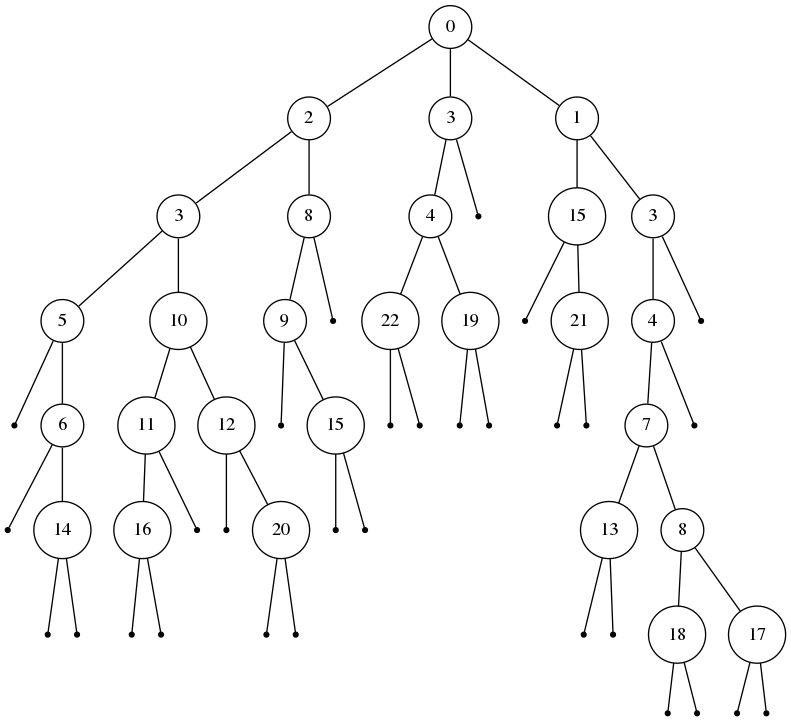
This is tree/test10.png from Shaolans/Projet_AAGA, a Graphviz export, as it was before one commit. Its source is kept beside it as tree/test10.dot.
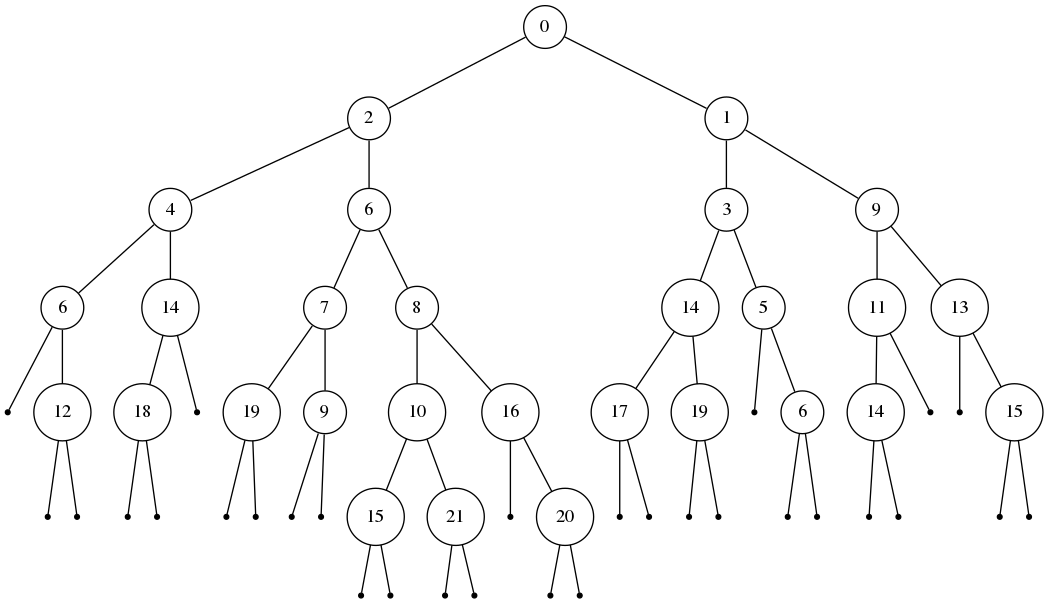
Later version of the same file.

Change to the diagram source:
```diff
@@ -1,118 +1,120 @@
 digraph {
   edge [arrowhead = none, arrowtail=none];
-treeimplementationSchroderTreeImpl54bedef2 [label="0", shape=circle, width=0.1];
-treeimplementationSchroderTreeImpl54bedef2 -> treeimplementationSchroderTreeImpl5caf905d;
-treeimplementationSchroderTreeImpl54bedef2 -> treeimplementationSchroderTreeImpl27716f4;
-treeimplementationSchroderTreeImpl54bedef2 -> treeimplementationSchroderTreeImpl8efb846;
-treeimplementationSchroderTreeImpl5caf905d [label="3", shape=circle, width=0.1];
-treeimplementationSchroderTreeImpl5caf905d -> treeimplementationSchroderTreeImpl2a84aee7;
-treeimplementationSchroderTreeImpl5caf905d -> treeimplementationSchroderTreeImpla09ee92;
-treeimplementationSchroderTreeImpl2a84aee7 [label="5", shape=circle, width=0.1];
-treeimplementationSchroderTreeImpl2a84aee7 -> treeimplementationSchroderTreeImpl30f39991;
-treeimplementationSchroderTreeImpl2a84aee7 -> treeimplementationSchroderTreeImpl452b3a41;
-treeimplementationSchroderTreeImpl30f39991 [label="7", shape=circle, width=0.1];
+treeimplementationSchroderTreeImpla09ee92 [label="0", shape=circle, width=0.1];
+treeimplementationSchroderTreeImpla09ee92 -> treeimplementationSchroderTreeImpl30f39991;
+treeimplementationSchroderTreeImpla09ee92 -> treeimplementationSchroderTreeImpl452b3a41;
+treeimplementationSchroderTreeImpl30f39991 [label="2", shape=circle, width=0.1];
 treeimplementationSchroderTreeImpl30f39991 -> treeimplementationSchroderTreeImpl4a574795;
 treeimplementationSchroderTreeImpl30f39991 -> treeimplementationSchroderTreeImplf6f4d33;
-treeimplementationSchroderTreeImpl4a574795 [label="9", shape=circle, width=0.1];
+treeimplementationSchroderTreeImpl4a574795 [label="4", shape=circle, width=0.1];
 treeimplementationSchroderTreeImpl4a574795 -> treeimplementationSchroderTreeImpl23fc625e;
 treeimplementationSchroderTreeImpl4a574795 -> treeimplementationSchroderTreeImpl3f99bd52;
-treeimplementationSchroderTreeImpl23fc625e [label="11", shape=circle, width=0.1];
+treeimplementationSchroderTreeImpl23fc625e [label="6", shape=circle, width=0.1];
 treeimplementationSchroderTreeImpl23fc625e -> treeimplementationSchroderTreeImpl4f023edb;
 treeimplementationSchroderTreeImpl23fc625e -> treeimplementationSchroderTreeImpl3a71f4dd;
 treeimplementationSchroderTreeImpl4f023edb [label="", shape=point];
-treeimplementationSchroderTreeImpl3a71f4dd [label="15", shape=circle, width=0.1];
+treeimplementationSchroderTreeImpl3a71f4dd [label="12", shape=circle, width=0.1];
 treeimplementationSchroderTreeImpl3a71f4dd -> treeimplementationSchroderTreeImpl7adf9f5f;
 treeimplementationSchroderTreeImpl3a71f4dd -> treeimplementationSchroderTreeImpl85ede7b;
-treeimplementationSchroderTreeImpl7adf9f5f [label="16", shape=circle, width=0.1];
-treeimplementationSchroderTreeImpl7adf9f5f -> treeimplementationSchroderTreeImpl5674cd4d;
-treeimplementationSchroderTreeImpl7adf9f5f -> treeimplementationSchroderTreeImpl63961c42;
-treeimplementationSchroderTreeImpl5674cd4d [label="", shape=point];
+treeimplementationSchroderTreeImpl7adf9f5f [label="", shape=point];
+treeimplementationSchroderTreeImpl85ede7b [label="", shape=point];
+treeimplementationSchroderTreeImpl3f99bd52 [label="14", shape=circle, width=0.1];
+treeimplementationSchroderTreeImpl3f99bd52 -> treeimplementationSchroderTreeImpl5674cd4d;
+treeimplementationSchroderTreeImpl3f99bd52 -> treeimplementationSchroderTreeImpl63961c42;
+treeimplementationSchroderTreeImpl5674cd4d [label="18", shape=circle, width=0.1];
+treeimplementationSchroderTreeImpl5674cd4d -> treeimplementationSchroderTreeImpl65b54208;
+treeimplementationSchroderTreeImpl5674cd4d -> treeimplementationSchroderTreeImpl1be6f5c3;
+treeimplementationSchroderTreeImpl65b54208 [label="", shape=point];
+treeimplementationSchroderTreeImpl1be6f5c3 [label="", shape=point];
 treeimplementationSchroderTreeImpl63961c42 [label="", shape=point];
-treeimplementationSchroderTreeImpl85ede7b [label="", shape=point];
-treeimplementationSchroderTreeImpl3f99bd52 [label="", shape=point];
-treeimplementationSchroderTreeImplf6f4d33 [label="13", shape=circle, width=0.1];
-treeimplementationSchroderTreeImplf6f4d33 -> treeimplementationSchroderTreeImpl65b54208;
-treeimplementationSchroderTreeImplf6f4d33 -> treeimplementationSchroderTreeImpl1be6f5c3;
-treeimplementationSchroderTreeImpl65b54208 [label="17", shape=circle, width=0.1];
-treeimplementationSchroderTreeImpl65b54208 -> treeimplementationSchroderTreeImpl6b884d57;
-treeimplementationSchroderTreeImpl65b54208 -> treeimplementationSchroderTreeImpl38af3868;
-treeimplementationSchroderTreeImpl6b884d57 [label="", shape=point];
-treeimplementationSchroderTreeImpl38af3868 [label="", shape=point];
-treeimplementationSchroderTreeImpl1be6f5c3 [label="", shape=point];
-treeimplementationSchroderTreeImpl452b3a41 [label="11", shape=circle, width=0.1];
-treeimplementationSchroderTreeImpl452b3a41 -> treeimplementationSchroderTreeImpl77459877;
-treeimplementationSchroderTreeImpl452b3a41 -> treeimplementationSchroderTreeImpl5b2133b1;
-treeimplementationSchroderTreeImpl77459877 [label="", shape=point];
-treeimplementationSchroderTreeImpl5b2133b1 [label="12", shape=circle, width=0.1];
-treeimplementationSchroderTreeImpl5b2133b1 -> treeimplementationSchroderTreeImpl72ea2f77;
-treeimplementationSchroderTreeImpl5b2133b1 -> treeimplementationSchroderTreeImpl33c7353a;
-treeimplementationSchroderTreeImpl72ea2f77 [label="15", shape=circle, width=0.1];
-treeimplementationSchroderTreeImpl72ea2f77 -> treeimplementationSchroderTreeImpl681a9515;
-treeimplementationSchroderTreeImpl72ea2f77 -> treeimplementationSchroderTreeImpl3af49f1c;
+treeimplementationSchroderTreeImplf6f4d33 [label="6", shape=circle, width=0.1];
+treeimplementationSchroderTreeImplf6f4d33 -> treeimplementationSchroderTreeImpl6b884d57;
+treeimplementationSchroderTreeImplf6f4d33 -> treeimplementationSchroderTreeImpl38af3868;
+treeimplementationSchroderTreeImpl6b884d57 [label="7", shape=circle, width=0.1];
+treeimplementationSchroderTreeImpl6b884d57 -> treeimplementationSchroderTreeImpl77459877;
+treeimplementationSchroderTreeImpl6b884d57 -> treeimplementationSchroderTreeImpl5b2133b1;
+treeimplementationSchroderTreeImpl77459877 [label="19", shape=circle, width=0.1];
+treeimplementationSchroderTreeImpl77459877 -> treeimplementationSchroderTreeImpl72ea2f77;
+treeimplementationSchroderTreeImpl77459877 -> treeimplementationSchroderTreeImpl33c7353a;
+treeimplementationSchroderTreeImpl72ea2f77 [label="", shape=point];
+treeimplementationSchroderTreeImpl33c7353a [label="", shape=point];
+treeimplementationSchroderTreeImpl5b2133b1 [label="9", shape=circle, width=0.1];
+treeimplementationSchroderTreeImpl5b2133b1 -> treeimplementationSchroderTreeImpl681a9515;
+treeimplementationSchroderTreeImpl5b2133b1 -> treeimplementationSchroderTreeImpl3af49f1c;
 treeimplementationSchroderTreeImpl681a9515 [label="", shape=point];
 treeimplementationSchroderTreeImpl3af49f1c [label="", shape=point];
-treeimplementationSchroderTreeImpl33c7353a [label="21", shape=circle, width=0.1];
-treeimplementationSchroderTreeImpl33c7353a -> treeimplementationSchroderTreeImpl19469ea2;
-treeimplementationSchroderTreeImpl33c7353a -> treeimplementationSchroderTreeImpl13221655;
-treeimplementationSchroderTreeImpl19469ea2 [label="", shape=point];
-treeimplementationSchroderTreeImpl13221655 [label="", shape=point];
-treeimplementationSchroderTreeImpla09ee92 [label="8", shape=circle, width=0.1];
-treeimplementationSchroderTreeImpla09ee92 -> treeimplementationSchroderTreeImpl2f2c9b19;
-treeimplementationSchroderTreeImpla09ee92 -> treeimplementationSchroderTreeImpl31befd9f;
-treeimplementationSchroderTreeImpl2f2c9b19 [label="", shape=point];
-treeimplementationSchroderTreeImpl31befd9f [label="19", shape=circle, width=0.1];
-treeimplementationSchroderTreeImpl31befd9f -> treeimplementationSchroderTreeImpl1c20c684;
-treeimplementationSchroderTreeImpl31befd9f -> treeimplementationSchroderTreeImpl1fb3ebeb;
+treeimplementationSchroderTreeImpl38af3868 [label="8", shape=circle, width=0.1];
+treeimplementationSchroderTreeImpl38af3868 -> treeimplementationSchroderTreeImpl19469ea2;
+treeimplementationSchroderTreeImpl38af3868 -> treeimplementationSchroderTreeImpl13221655;
+treeimplementationSchroderTreeImpl19469ea2 [label="10", shape=circle, width=0.1];
+treeimplementationSchroderTreeImpl19469ea2 -> treeimplementationSchroderTreeImpl2f2c9b19;
+treeimplementationSchroderTreeImpl19469ea2 -> treeimplementationSchroderTreeImpl31befd9f;
+treeimplementationSchroderTreeImpl2f2c9b19 [label="15", shape=circle, width=0.1];
+treeimplementationSchroderTreeImpl2f2c9b19 -> treeimplementationSchroderTreeImpl1c20c684;
+treeimplementationSchroderTreeImpl2f2c9b19 -> treeimplementationSchroderTreeImpl1fb3ebeb;
 treeimplementationSchroderTreeImpl1c20c684 [label="", shape=point];
 treeimplementationSchroderTreeImpl1fb3ebeb [label="", shape=point];
-treeimplementationSchroderTreeImpl27716f4 [label="1", shape=circle, width=0.1];
-treeimplementationSchroderTreeImpl27716f4 -> treeimplementationSchroderTreeImpl548c4f57;
-treeimplementationSchroderTreeImpl27716f4 -> treeimplementationSchroderTreeImpl1218025c;
-treeimplementationSchroderTreeImpl548c4f57 [label="2", shape=circle, width=0.1];
-treeimplementationSchroderTreeImpl548c4f57 -> treeimplementationSchroderTreeImpl816f27d;
-treeimplementationSchroderTreeImpl548c4f57 -> treeimplementationSchroderTreeImpl87aac27;
+treeimplementationSchroderTreeImpl31befd9f [label="21", shape=circle, width=0.1];
+treeimplementationSchroderTreeImpl31befd9f -> treeimplementationSchroderTreeImpl548c4f57;
+treeimplementationSchroderTreeImpl31befd9f -> treeimplementationSchroderTreeImpl1218025c;
+treeimplementationSchroderTreeImpl548c4f57 [label="", shape=point];
+treeimplementationSchroderTreeImpl1218025c [label="", shape=point];
+treeimplementationSchroderTreeImpl13221655 [label="16", shape=circle, width=0.1];
+treeimplementationSchroderTreeImpl13221655 -> treeimplementationSchroderTreeImpl816f27d;
+treeimplementationSchroderTreeImpl13221655 -> treeimplementationSchroderTreeImpl87aac27;
 treeimplementationSchroderTreeImpl816f27d [label="", shape=point];
-treeimplementationSchroderTreeImpl87aac27 [label="4", shape=circle, width=0.1];
+treeimplementationSchroderTreeImpl87aac27 [label="20", shape=circle, width=0.1];
 treeimplementationSchroderTreeImpl87aac27 -> treeimplementationSchroderTreeImpl3e3abc88;
 treeimplementationSchroderTreeImpl87aac27 -> treeimplementationSchroderTreeImpl6ce253f1;
 treeimplementationSchroderTreeImpl3e3abc88 [label="", shape=point];
-treeimplementationSchroderTreeImpl6ce253f1 [label="11", shape=circle, width=0.1];
-treeimplementationSchroderTreeImpl6ce253f1 -> treeimplementationSchroderTreeImpl53d8d10a;
-treeimplementationSchroderTreeImpl6ce253f1 -> treeimplementationSchroderTreeImple9e54c2;
-treeimplementationSchroderTreeImpl53d8d10a [label="16", shape=circle, width=0.1];
+treeimplementationSchroderTreeImpl6ce253f1 [label="", shape=point];
+treeimplementationSchroderTreeImpl452b3a41 [label="1", shape=circle, width=0.1];
+treeimplementationSchroderTreeImpl452b3a41 -> treeimplementationSchroderTreeImpl53d8d10a;
+treeimplementationSchroderTreeImpl452b3a41 -> treeimplementationSchroderTreeImple9e54c2;
+treeimplementationSchroderTreeImpl53d8d10a [label="3", shape=circle, width=0.1];
 treeimplementationSchroderTreeImpl53d8d10a -> treeimplementationSchroderTreeImpl65ab7765;
 treeimplementationSchroderTreeImpl53d8d10a -> treeimplementationSchroderTreeImpl1b28cdfa;
-treeimplementationSchroderTreeImpl65ab7765 [label="", shape=point];
-treeimplementationSchroderTreeImpl1b28cdfa [label="", shape=point];
-treeimplementationSchroderTreeImple9e54c2 [label="", shape=point];
-treeimplementationSchroderTreeImpl1218025c [label="5", shape=circle, width=0.1];
-treeimplementationSchroderTreeImpl1218025c -> treeimplementationSchroderTreeImpleed1f14;
-treeimplementationSchroderTreeImpl1218025c -> treeimplementationSchroderTreeImpl7229724f;
-treeimplementationSchroderTreeImpleed1f14 [label="14", shape=circle, width=0.1];
+treeimplementationSchroderTreeImpl65ab7765 [label="14", shape=circle, width=0.1];
+treeimplementationSchroderTreeImpl65ab7765 -> treeimplementationSchroderTreeImpleed1f14;
+treeimplementationSchroderTreeImpl65ab7765 -> treeimplementationSchroderTreeImpl7229724f;
+treeimplementationSchroderTreeImpleed1f14 [label="17", shape=circle, width=0.1];
 treeimplementationSchroderTreeImpleed1f14 -> treeimplementationSchroderTreeImpl4c873330;
 treeimplementationSchroderTreeImpleed1f14 -> treeimplementationSchroderTreeImpl119d7047;
-treeimplementationSchroderTreeImpl4c873330 [label="18", shape=circle, width=0.1];
-treeimplementationSchroderTreeImpl4c873330 -> treeimplementationSchroderTreeImpl776ec8df;
-treeimplementationSchroderTreeImpl4c873330 -> treeimplementationSchroderTreeImpl4eec7777;
-treeimplementationSchroderTreeImpl776ec8df [label="20", shape=circle, width=0.1];
-treeimplementationSchroderTreeImpl776ec8df -> treeimplementationSchroderTreeImpl3b07d329;
-treeimplementationSchroderTreeImpl776ec8df -> treeimplementationSchroderTreeImpl41629346;
+treeimplementationSchroderTreeImpl4c873330 [label="", shape=point];
+treeimplementationSchroderTreeImpl119d7047 [label="", shape=point];
+treeimplementationSchroderTreeImpl7229724f [label="19", shape=circle, width=0.1];
+treeimplementationSchroderTreeImpl7229724f -> treeimplementationSchroderTreeImpl776ec8df;
+treeimplementationSchroderTreeImpl7229724f -> treeimplementationSchroderTreeImpl4eec7777;
+treeimplementationSchroderTreeImpl776ec8df [label="", shape=point];
+treeimplementationSchroderTreeImpl4eec7777 [label="", shape=point];
+treeimplementationSchroderTreeImpl1b28cdfa [label="5", shape=circle, width=0.1];
+treeimplementationSchroderTreeImpl1b28cdfa -> treeimplementationSchroderTreeImpl3b07d329;
+treeimplementationSchroderTreeImpl1b28cdfa -> treeimplementationSchroderTreeImpl41629346;
 treeimplementationSchroderTreeImpl3b07d329 [label="", shape=point];
-treeimplementationSchroderTreeImpl41629346 [label="", shape=point];
-treeimplementationSchroderTreeImpl4eec7777 [label="", shape=point];
-treeimplementationSchroderTreeImpl119d7047 [label="", shape=point];
-treeimplementationSchroderTreeImpl7229724f [label="10", shape=circle, width=0.1];
-treeimplementationSchroderTreeImpl7229724f -> treeimplementationSchroderTreeImpl404b9385;
-treeimplementationSchroderTreeImpl7229724f -> treeimplementationSchroderTreeImpl6d311334;
-treeimplementationSchroderTreeImpl404b9385 [label="15", shape=circle, width=0.1];
-treeimplementationSchroderTreeImpl404b9385 -> treeimplementationSchroderTreeImpl682a0b20;
-treeimplementationSchroderTreeImpl404b9385 -> treeimplementationSchroderTreeImpl3d075dc0;
-treeimplementationSchroderTreeImpl682a0b20 [label="", shape=point];
-treeimplementationSchroderTreeImpl3d075dc0 [label="", shape=point];
+treeimplementationSchroderTreeImpl41629346 [label="6", shape=circle, width=0.1];
+treeimplementationSchroderTreeImpl41629346 -> treeimplementationSchroderTreeImpl404b9385;
+treeimplementationSchroderTreeImpl41629346 -> treeimplementationSchroderTreeImpl6d311334;
+treeimplementationSchroderTreeImpl404b9385 [label="", shape=point];
 treeimplementationSchroderTreeImpl6d311334 [label="", shape=point];
-treeimplementationSchroderTreeImpl8efb846 [label="6", shape=circle, width=0.1];
-treeimplementationSchroderTreeImpl8efb846 -> treeimplementationSchroderTreeImpl214c265e;
-treeimplementationSchroderTreeImpl8efb846 -> treeimplementationSchroderTreeImpl448139f0;
-treeimplementationSchroderTreeImpl214c265e [label="", shape=point];
+treeimplementationSchroderTreeImple9e54c2 [label="9", shape=circle, width=0.1];
+treeimplementationSchroderTreeImple9e54c2 -> treeimplementationSchroderTreeImpl682a0b20;
+treeimplementationSchroderTreeImple9e54c2 -> treeimplementationSchroderTreeImpl3d075dc0;
+treeimplementationSchroderTreeImpl682a0b20 [label="11", shape=circle, width=0.1];
+treeimplementationSchroderTreeImpl682a0b20 -> treeimplementationSchroderTreeImpl214c265e;
+treeimplementationSchroderTreeImpl682a0b20 -> treeimplementationSchroderTreeImpl448139f0;
+treeimplementationSchroderTreeImpl214c265e [label="14", shape=circle, width=0.1];
+treeimplementationSchroderTreeImpl214c265e -> treeimplementationSchroderTreeImpl7cca494b;
+treeimplementationSchroderTreeImpl214c265e -> treeimplementationSchroderTreeImpl7ba4f24f;
+treeimplementationSchroderTreeImpl7cca494b [label="", shape=point];
+treeimplementationSchroderTreeImpl7ba4f24f [label="", shape=point];
 treeimplementationSchroderTreeImpl448139f0 [label="", shape=point];
+treeimplementationSchroderTreeImpl3d075dc0 [label="13", shape=circle, width=0.1];
+treeimplementationSchroderTreeImpl3d075dc0 -> treeimplementationSchroderTreeImpl3b9a45b3;
+treeimplementationSchroderTreeImpl3d075dc0 -> treeimplementationSchroderTreeImpl7699a589;
+treeimplementationSchroderTreeImpl3b9a45b3 [label="", shape=point];
+treeimplementationSchroderTreeImpl7699a589 [label="15", shape=circle, width=0.1];
+treeimplementationSchroderTreeImpl7699a589 -> treeimplementationSchroderTreeImpl58372a00;
+treeimplementationSchroderTreeImpl7699a589 -> treeimplementationSchroderTreeImpl4dd8dc3;
+treeimplementationSchroderTreeImpl58372a00 [label="", shape=point];
+treeimplementationSchroderTreeImpl4dd8dc3 [label="", shape=point];
 }
```
